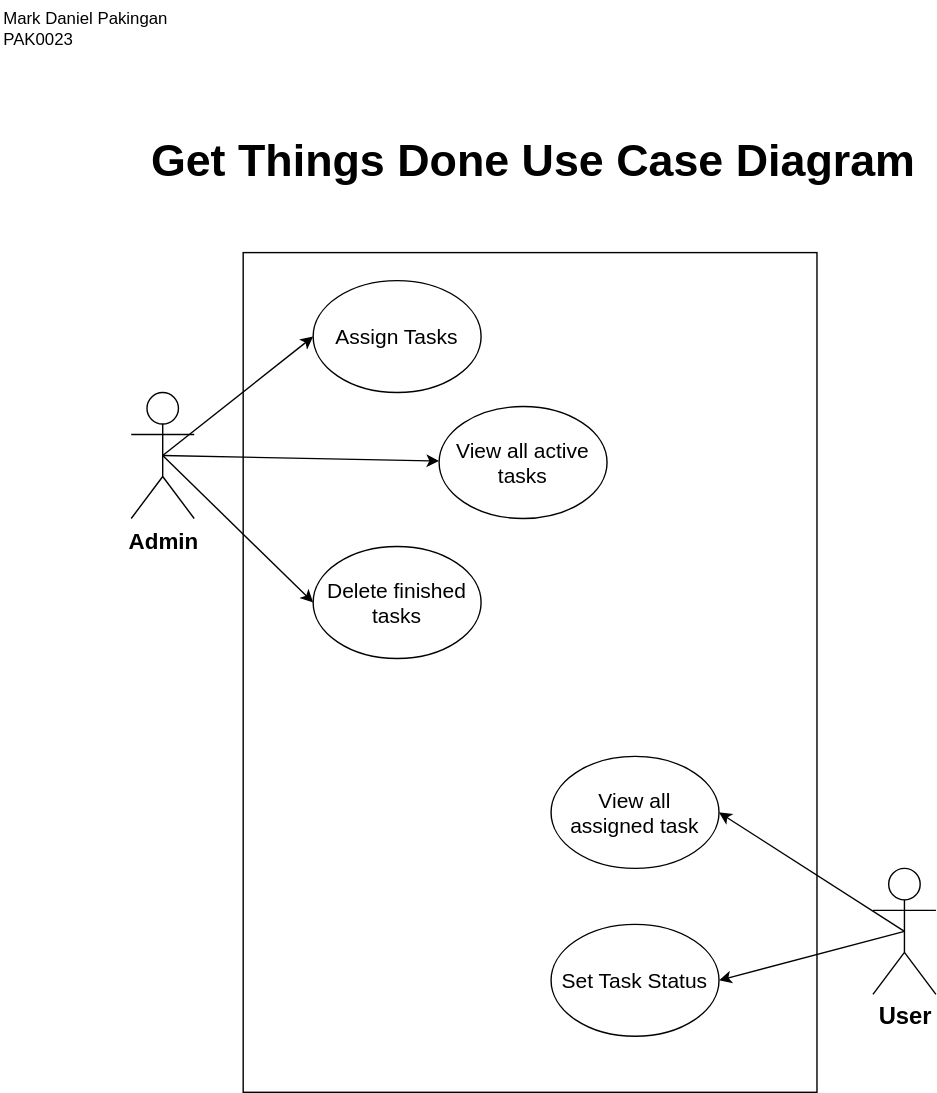
This is pakinganUseCaseDiagram.drawio.svg from ivondrak/SWE2025, a draw.io export, as it was before one commit. Source tidied: cells renumbered, new cells last; positions are measured from the earlier drawing's top-left corner, leaving out a move shared by most shapes.
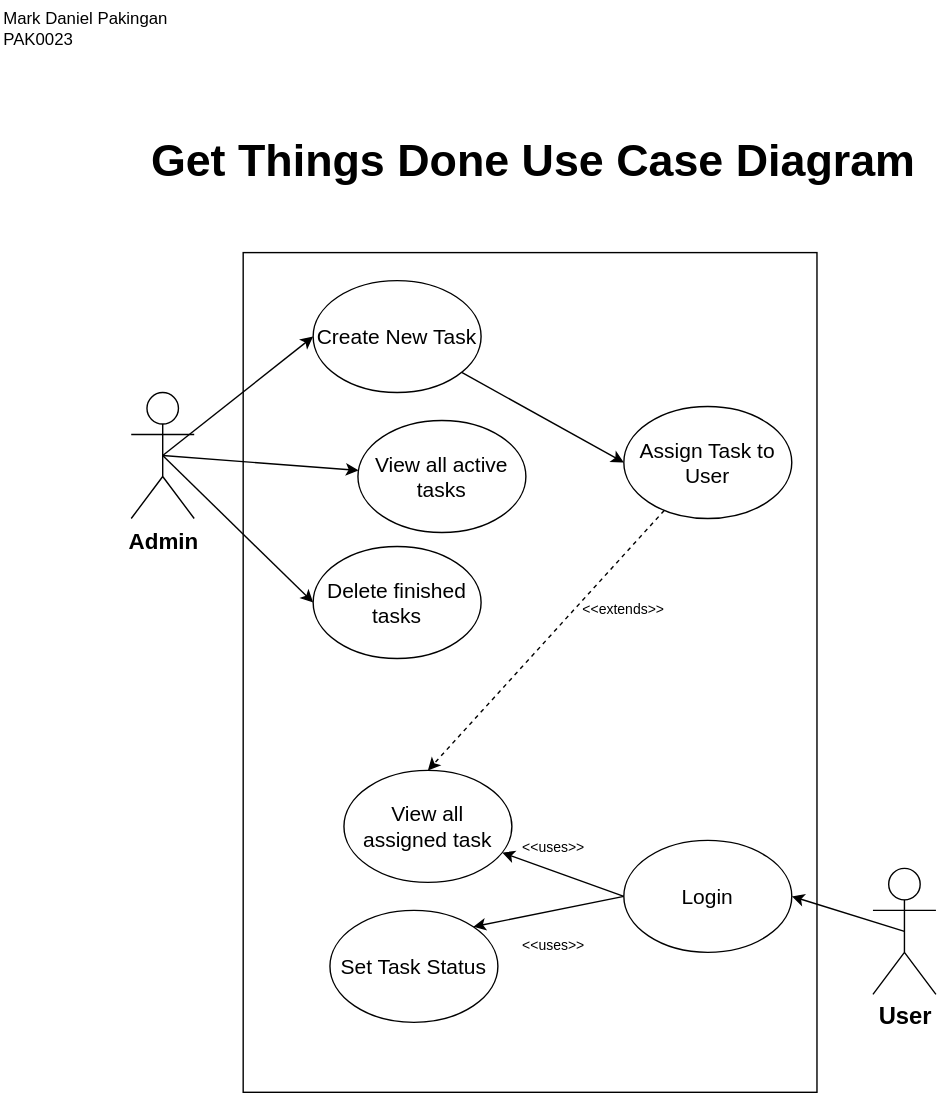
Above is the later version.

Commit message:
Added assign task to user and login

Change to the diagram source:
```diff
@@ -8,29 +8,29 @@
     <mxCell id="3" style="rounded=0;whiteSpace=wrap;html=1;" parent="1" vertex="1">
       <mxGeometry x="173" y="180" width="410" height="600" as="geometry" />
     </mxCell>
-    <mxCell id="4" style="edgeStyle=none;html=1;exitX=0.5;exitY=0.5;exitDx=0;exitDy=0;exitPerimeter=0;entryX=1;entryY=0.5;entryDx=0;entryDy=0;" parent="1" edge="1" source="6" target="10">
-      <mxGeometry relative="1" as="geometry" />
-    </mxCell>
-    <mxCell id="5" style="edgeStyle=none;html=1;exitX=0.5;exitY=0.5;exitDx=0;exitDy=0;exitPerimeter=0;entryX=1;entryY=0.5;entryDx=0;entryDy=0;" parent="1" edge="1" source="6" target="11">
-      <mxGeometry relative="1" as="geometry" />
-    </mxCell>
+    <mxCell id="17" style="edgeStyle=none;html=1;exitX=0.5;exitY=0.5;exitDx=0;exitDy=0;exitPerimeter=0;entryX=1;entryY=0.5;entryDx=0;entryDy=0;" parent="1" edge="1" source="6" target="23">
+      <mxGeometry relative="1" as="geometry" />
+    </mxCell>
     <mxCell id="6" value="&lt;div&gt;&lt;b&gt;&lt;font style=&quot;font-size: 17px;&quot;&gt;User&lt;/font&gt;&lt;/b&gt;&lt;/div&gt;" style="shape=umlActor;verticalLabelPosition=bottom;verticalAlign=top;html=1;" parent="1" vertex="1">
       <mxGeometry x="623" y="620" width="45" height="90" as="geometry" />
     </mxCell>
+    <mxCell id="18" style="edgeStyle=none;html=1;entryX=0;entryY=0.5;entryDx=0;entryDy=0;" parent="1" edge="1" source="7" target="20">
+      <mxGeometry relative="1" as="geometry" />
+    </mxCell>
-    <mxCell id="7" value="&lt;font style=&quot;font-size: 15px;&quot;&gt;Assign Tasks&lt;/font&gt;" style="ellipse;whiteSpace=wrap;html=1;" parent="1" vertex="1">
+    <mxCell id="7" value="&lt;font style=&quot;font-size: 15px;&quot;&gt;Create New Task&lt;/font&gt;" style="ellipse;whiteSpace=wrap;html=1;" parent="1" vertex="1">
       <mxGeometry x="223" y="200" width="120" height="80" as="geometry" />
     </mxCell>
     <mxCell id="8" value="&lt;font style=&quot;font-size: 15px;&quot;&gt;View all active tasks&lt;/font&gt;" style="ellipse;whiteSpace=wrap;html=1;" parent="1" vertex="1">
-      <mxGeometry x="313" y="290" width="120" height="80" as="geometry" />
+      <mxGeometry x="255" y="300" width="120" height="80" as="geometry" />
     </mxCell>
     <mxCell id="9" value="&lt;font style=&quot;font-size: 15px;&quot;&gt;Delete finished tasks&lt;/font&gt;" style="ellipse;whiteSpace=wrap;html=1;" parent="1" vertex="1">
       <mxGeometry x="223" y="390" width="120" height="80" as="geometry" />
     </mxCell>
     <mxCell id="10" value="&lt;font style=&quot;font-size: 15px;&quot;&gt;View all&amp;nbsp;&lt;/font&gt;&lt;div&gt;&lt;font style=&quot;font-size: 15px;&quot;&gt;assigned task&lt;/font&gt;&lt;/div&gt;" style="ellipse;whiteSpace=wrap;html=1;" parent="1" vertex="1">
-      <mxGeometry x="393" y="540" width="120" height="80" as="geometry" />
+      <mxGeometry x="245" y="550" width="120" height="80" as="geometry" />
     </mxCell>
     <mxCell id="11" value="&lt;span style=&quot;font-size: 15px;&quot;&gt;Set Task Status&lt;/span&gt;" style="ellipse;whiteSpace=wrap;html=1;" parent="1" vertex="1">
-      <mxGeometry x="393" y="660" width="120" height="80" as="geometry" />
+      <mxGeometry x="235" y="650" width="120" height="80" as="geometry" />
     </mxCell>
     <mxCell id="12" style="edgeStyle=none;html=1;exitX=0.5;exitY=0.5;exitDx=0;exitDy=0;exitPerimeter=0;entryX=0;entryY=0.5;entryDx=0;entryDy=0;" parent="1" edge="1" source="2" target="9">
       <mxGeometry relative="1" as="geometry" />
@@ -47,5 +47,29 @@
     <mxCell id="16" value="&lt;font style=&quot;font-size: 32px;&quot;&gt;&lt;b&gt;Get Things Done Use Case Diagram&lt;/b&gt;&lt;/font&gt;" style="text;html=1;align=center;verticalAlign=middle;strokeColor=none;fillColor=none;" parent="1" vertex="1">
       <mxGeometry x="95" y="90" width="570" height="50" as="geometry" />
     </mxCell>
+    <mxCell id="19" style="edgeStyle=none;html=1;entryX=0.5;entryY=0;entryDx=0;entryDy=0;dashed=1;" parent="1" edge="1" source="20" target="10">
+      <mxGeometry relative="1" as="geometry" />
+    </mxCell>
+    <mxCell id="20" value="&lt;span style=&quot;font-size: 15px;&quot;&gt;Assign Task to&lt;/span&gt;&lt;div&gt;&lt;span style=&quot;font-size: 15px;&quot;&gt;User&lt;/span&gt;&lt;/div&gt;" style="ellipse;whiteSpace=wrap;html=1;" parent="1" vertex="1">
+      <mxGeometry x="445" y="290" width="120" height="80" as="geometry" />
+    </mxCell>
+    <mxCell id="21" style="edgeStyle=none;html=1;exitX=0;exitY=0.5;exitDx=0;exitDy=0;" parent="1" edge="1" source="23" target="10">
+      <mxGeometry relative="1" as="geometry" />
+    </mxCell>
+    <mxCell id="22" style="edgeStyle=none;html=1;exitX=0;exitY=0.5;exitDx=0;exitDy=0;entryX=1;entryY=0;entryDx=0;entryDy=0;" parent="1" edge="1" source="23" target="11">
+      <mxGeometry relative="1" as="geometry" />
+    </mxCell>
+    <mxCell id="23" value="&lt;span style=&quot;font-size: 15px;&quot;&gt;Login&lt;/span&gt;" style="ellipse;whiteSpace=wrap;html=1;" parent="1" vertex="1">
+      <mxGeometry x="445" y="600" width="120" height="80" as="geometry" />
+    </mxCell>
+    <mxCell id="24" value="&lt;font style=&quot;font-size: 10px;&quot;&gt;&amp;lt;&amp;lt;extends&amp;gt;&amp;gt;&lt;/font&gt;" style="text;html=1;align=center;verticalAlign=middle;whiteSpace=wrap;rounded=0;" parent="1" vertex="1">
+      <mxGeometry x="415" y="420" width="60" height="30" as="geometry" />
+    </mxCell>
+    <mxCell id="25" value="&lt;font style=&quot;font-size: 10px;&quot;&gt;&amp;lt;&amp;lt;uses&amp;gt;&amp;gt;&lt;/font&gt;" style="text;html=1;align=center;verticalAlign=middle;whiteSpace=wrap;rounded=0;" parent="1" vertex="1">
+      <mxGeometry x="365" y="590" width="60" height="30" as="geometry" />
+    </mxCell>
+    <mxCell id="26" value="&lt;font style=&quot;font-size: 10px;&quot;&gt;&amp;lt;&amp;lt;uses&amp;gt;&amp;gt;&lt;/font&gt;" style="text;html=1;align=center;verticalAlign=middle;whiteSpace=wrap;rounded=0;" parent="1" vertex="1">
+      <mxGeometry x="365" y="660" width="60" height="30" as="geometry" />
+    </mxCell>
   </root>
 </mxGraphModel>
```
